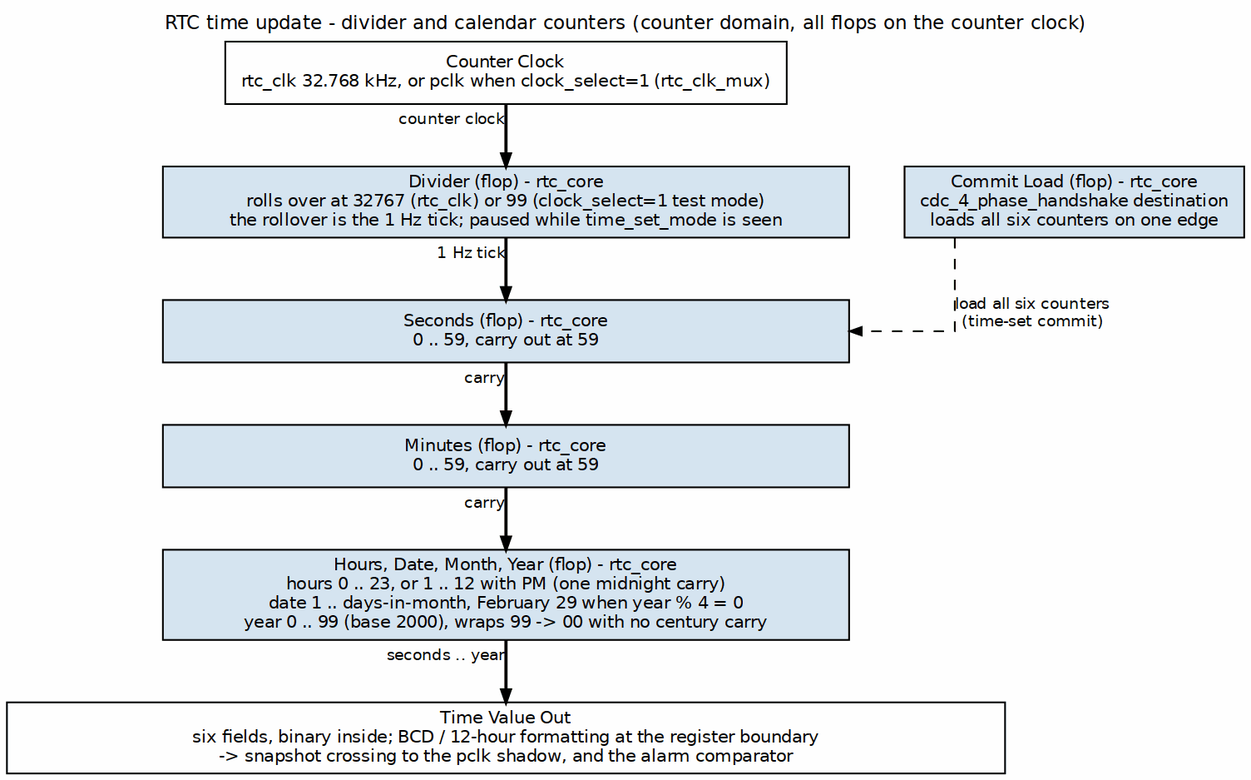
sean-galloway/RTLDesignSherpa keeps this Graphviz diagram as projects/components/legacy-ip/retro_legacy_blocks/docs/rtc_mas/assets/graphviz/rtc_time_update.png. Above is the earlier version. Its source is kept beside it as projects/components/legacy-ip/retro_legacy_blocks/docs/rtc_mas/assets/graphviz/rtc_time_update.dot.
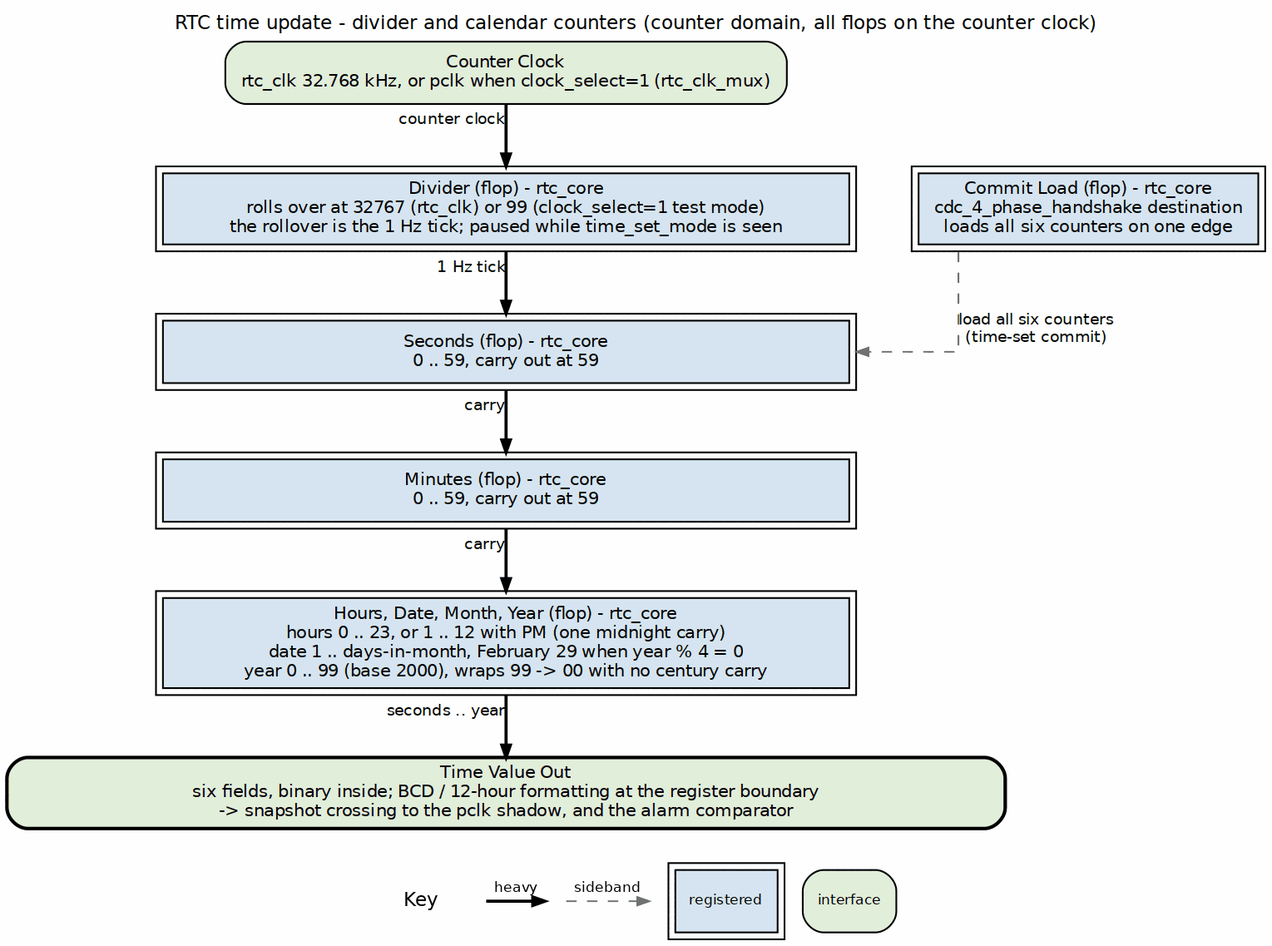
The same file after the commit.

Diff of the diagram source:
```diff
@@ -4,25 +4,25 @@
            label="RTC time update - divider and calendar counters (counter domain, all flops on the counter clock)",
            labelloc=t, labeljust=c];
     node  [fontname="Helvetica", fontsize=10, shape=box, style=filled,
-           fillcolor="#D6E4F0", color="black", margin="0.12,0.06"];
+           fillcolor="white", color="black", margin="0.12,0.06"];
     edge  [fontname="Helvetica", fontsize=9, color="black", arrowsize=0.7];
 
-    clk [group=C, fillcolor="white", label="Counter Clock\nrtc_clk 32.768 kHz, or pclk when clock_select=1 (rtc_clk_mux)"];
-    div [group=C, width=5.5, label="Divider (flop) - rtc_core\nrolls over at 32767 (rtc_clk) or 99 (clock_select=1 test mode)\nthe rollover is the 1 Hz tick; paused while time_set_mode is seen"];
-    sec [group=C, width=5.5, label="Seconds (flop) - rtc_core\n0 .. 59, carry out at 59"];
-    mnt [group=C, width=5.5, label="Minutes (flop) - rtc_core\n0 .. 59, carry out at 59"];
-    hdm [group=C, width=5.5, label="Hours, Date, Month, Year (flop) - rtc_core\nhours 0 .. 23, or 1 .. 12 with PM (one midnight carry)\ndate 1 .. days-in-month, February 29 when year % 4 = 0\nyear 0 .. 99 (base 2000), wraps 99 -> 00 with no century carry"];
-    ld  [group=L, label="Commit Load (flop) - rtc_core\ncdc_4_phase_handshake destination\nloads all six counters on one edge"];
+    clk [group=C, fillcolor="white", label="Counter Clock\nrtc_clk 32.768 kHz, or pclk when clock_select=1 (rtc_clk_mux)", style="rounded,filled", fillcolor="#E2EFDA"];
+    div [group=C, width=5.5, label="Divider (flop) - rtc_core\nrolls over at 32767 (rtc_clk) or 99 (clock_select=1 test mode)\nthe rollover is the 1 Hz tick; paused while time_set_mode is seen", peripheries=2, style="filled", fillcolor="#D6E4F0"];
+    sec [group=C, width=5.5, label="Seconds (flop) - rtc_core\n0 .. 59, carry out at 59", peripheries=2, style="filled", fillcolor="#D6E4F0"];
+    mnt [group=C, width=5.5, label="Minutes (flop) - rtc_core\n0 .. 59, carry out at 59", peripheries=2, style="filled", fillcolor="#D6E4F0"];
+    hdm [group=C, width=5.5, label="Hours, Date, Month, Year (flop) - rtc_core\nhours 0 .. 23, or 1 .. 12 with PM (one midnight carry)\ndate 1 .. days-in-month, February 29 when year % 4 = 0\nyear 0 .. 99 (base 2000), wraps 99 -> 00 with no century carry", peripheries=2, style="filled", fillcolor="#D6E4F0"];
+    ld  [group=L, label="Commit Load (flop) - rtc_core\ncdc_4_phase_handshake destination\nloads all six counters on one edge", peripheries=2, style="filled", fillcolor="#D6E4F0"];
 
     bar [group=C, fillcolor="white", width=8.0,
-         label="Time Value Out\nsix fields, binary inside; BCD / 12-hour formatting at the register boundary\n-> snapshot crossing to the pclk shadow, and the alarm comparator"];
+         label="Time Value Out\nsix fields, binary inside; BCD / 12-hour formatting at the register boundary\n-> snapshot crossing to the pclk shadow, and the alarm comparator", style="rounded,filled,bold", fillcolor="#E2EFDA"];
 
     clk -> div [penwidth=1.8, xlabel="counter clock"];
     div -> sec [penwidth=1.8, xlabel="1 Hz tick"];
     sec -> mnt [penwidth=1.8, xlabel="carry"];
     mnt -> hdm [penwidth=1.8, xlabel="carry"];
     hdm -> bar [penwidth=1.8, xlabel="seconds .. year"];
-    ld  -> sec [style=dashed, xlabel="load all six counters\n(time-set commit)"];
+    ld  -> sec [style=dashed, color="#777777", xlabel="load all six counters\n(time-set commit)"];
 
     { rank=same; ld; div; }
 }
```
